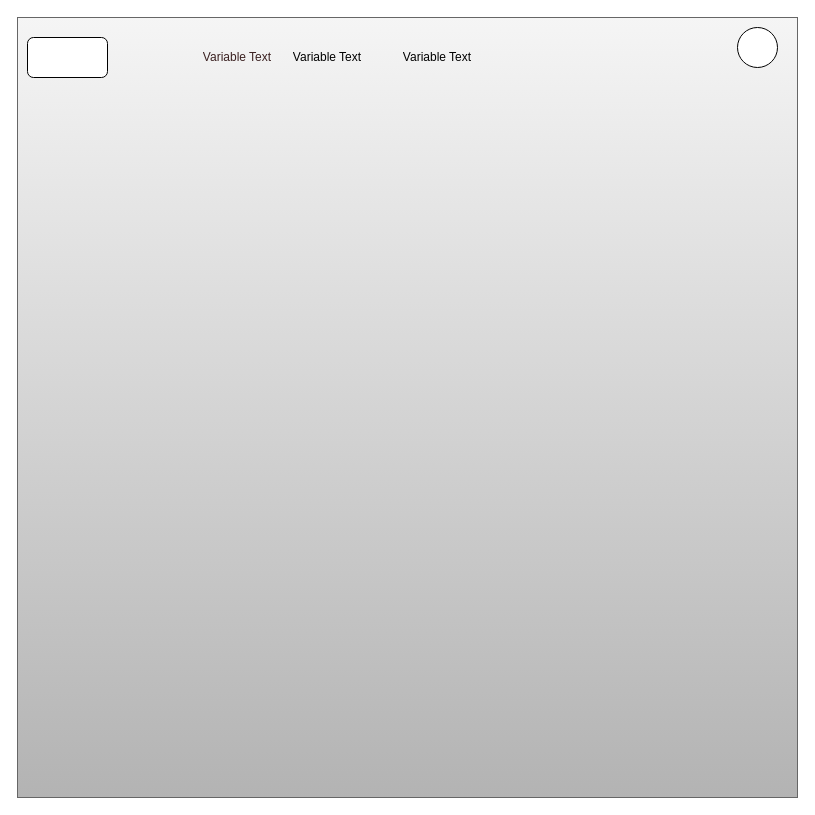
This is layout.drawio from mukundaonline/mukunda, a draw.io file, before an edit. Source tidied: cells renumbered, new cells numbered last; positions are measured from the earlier drawing's top-left corner, leaving out a move shared by most shapes. Both pictures are drawn from the tidied source at 100%, with x=0, y=0 at pixel (17, 17).
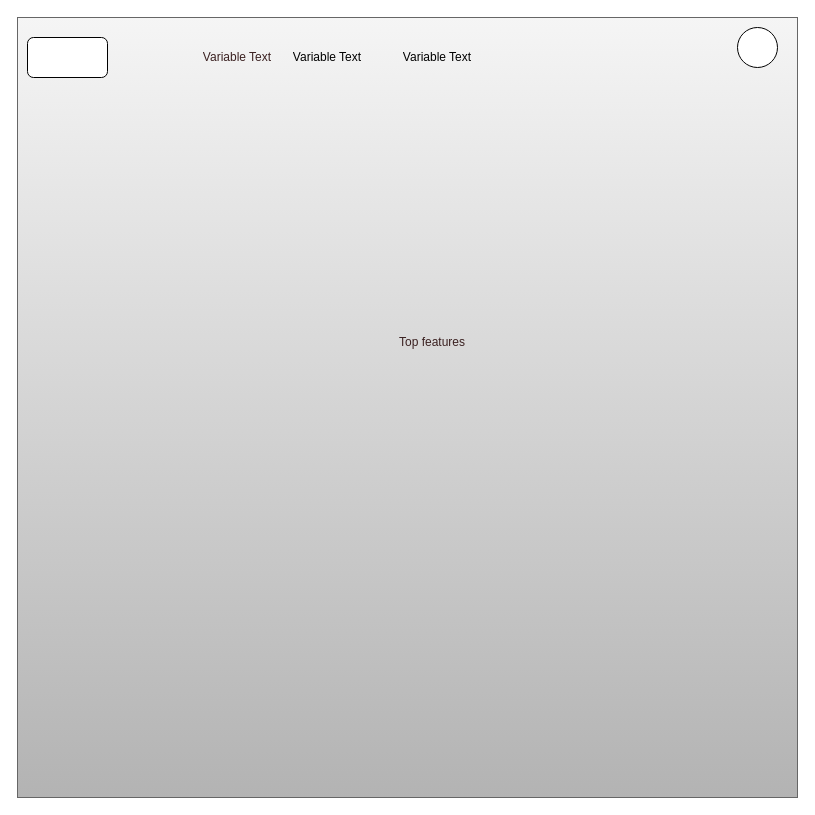
After the change.

The edit, as a diff of the source:
```diff
@@
 <mxGraphModel>
   <root>
     <mxCell id="0" />
     <mxCell id="1" parent="0" />
     <mxCell id="2" style="whiteSpace=wrap;html=1;fillColor=#f5f5f5;gradientColor=#b3b3b3;strokeColor=#666666;" parent="1" vertex="1">
       <mxGeometry width="780" height="780" as="geometry" />
     </mxCell>
     <mxCell id="3" style="rounded=1;whiteSpace=wrap;html=1;" parent="1" vertex="1">
       <mxGeometry x="10" y="20" width="80" height="40" as="geometry" />
     </mxCell>
     <mxCell id="4" style="ellipse;whiteSpace=wrap;html=1;" parent="1" vertex="1">
       <mxGeometry x="720" y="10" width="40" height="40" as="geometry" />
     </mxCell>
     <object id="5" label="%name% Text" name="Variable" placeholders="1">
       <mxCell style="text;html=1;align=center;verticalAlign=middle;whiteSpace=wrap;overflow=hidden;fontColor=#3b2121;" parent="1" vertex="1">
         <mxGeometry x="180" y="30" width="80" height="20" as="geometry" />
       </mxCell>
     </object>
     <object id="6" label="%name% Text" name="Variable" placeholders="1">
       <mxCell style="text;html=1;strokeColor=none;fillColor=none;align=center;verticalAlign=middle;whiteSpace=wrap;overflow=hidden;" parent="1" vertex="1">
         <mxGeometry x="270" y="30" width="80" height="20" as="geometry" />
       </mxCell>
     </object>
     <object id="7" label="%name% Text" name="Variable" placeholders="1">
       <mxCell style="text;html=1;strokeColor=none;fillColor=none;align=center;verticalAlign=middle;whiteSpace=wrap;overflow=hidden;" parent="1" vertex="1">
         <mxGeometry x="380" y="30" width="80" height="20" as="geometry" />
       </mxCell>
     </object>
+    <mxCell id="8" value="Top features" style="text;html=1;strokeColor=none;fillColor=none;align=center;verticalAlign=middle;whiteSpace=wrap;rounded=0;fontColor=#3b2121;" parent="1" vertex="1">
+      <mxGeometry x="350" y="310" width="130" height="30" as="geometry" />
+    </mxCell>
   </root>
 </mxGraphModel>
```
